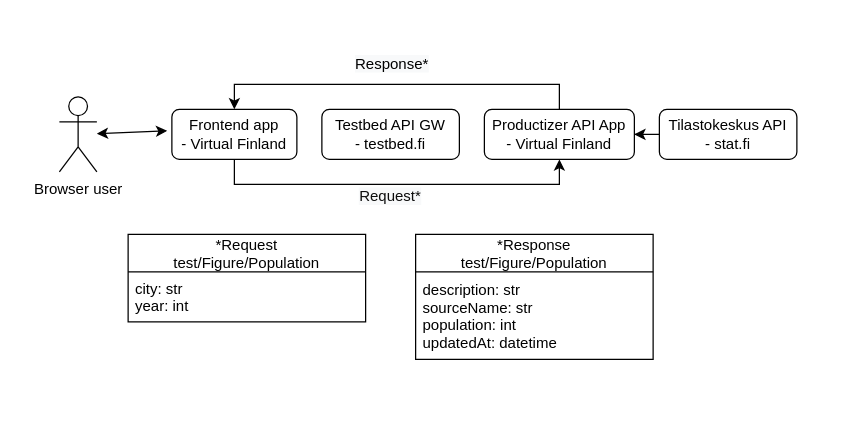
Above: docs/test-productizer.drawio in Virtual-Finland-Development/test-productizer (draw.io), before the change. Source tidied: cells renumbered, new cells numbered last; positions are measured from the earlier drawing's top-left corner, leaving out a move shared by most shapes. Both pictures are drawn from the tidied source at 125%, with x=0, y=0 at pixel (59, 46).
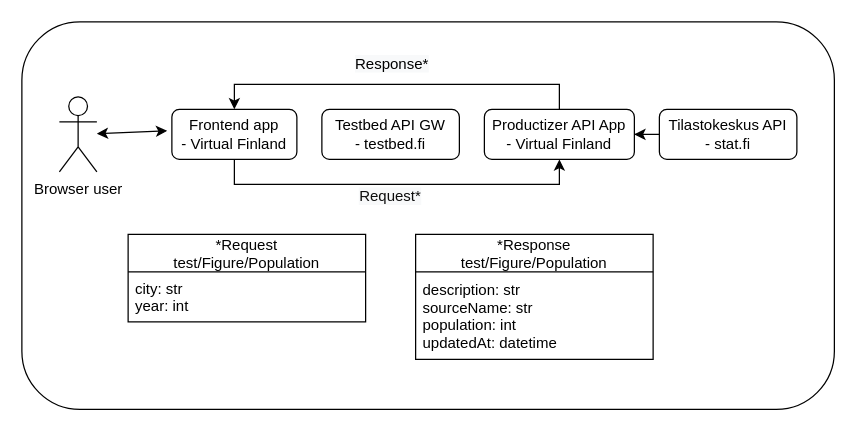
The same diagram, later.

Change to the diagram source:
```diff
@@
 <mxGraphModel>
   <root>
     <mxCell id="0" />
     <mxCell id="1" parent="0" />
+    <mxCell id="17" style="rounded=1;whiteSpace=wrap;html=1;" parent="1" vertex="1">
+      <mxGeometry x="-30" y="-20" width="650" height="310" as="geometry" />
+    </mxCell>
     <mxCell id="2" style="edgeStyle=orthogonalEdgeStyle;rounded=0;jettySize=auto;html=1;entryX=1;entryY=0.5;entryDx=0;entryDy=0;" parent="1" edge="1" source="3" target="5">
       <mxGeometry relative="1" as="geometry" />
     </mxCell>
     <mxCell id="3" value="Tilastokeskus API&lt;br&gt;- stat.fi" style="rounded=1;whiteSpace=wrap;html=1;" parent="1" vertex="1">
       <mxGeometry x="480" y="50" width="110" height="40" as="geometry" />
     </mxCell>
     <mxCell id="4" style="edgeStyle=orthogonalEdgeStyle;rounded=0;jettySize=auto;html=1;exitX=0.5;exitY=0;exitDx=0;exitDy=0;entryX=0.5;entryY=0;entryDx=0;entryDy=0;" parent="1" edge="1" source="5" target="8">
       <mxGeometry relative="1" as="geometry" />
     </mxCell>
     <mxCell id="5" value="Productizer API App&lt;br&gt;- Virtual Finland" style="rounded=1;whiteSpace=wrap;html=1;" parent="1" vertex="1">
       <mxGeometry x="340" y="50" width="120" height="40" as="geometry" />
     </mxCell>
     <mxCell id="6" value="Testbed API GW&lt;br&gt;- testbed.fi" style="rounded=1;whiteSpace=wrap;html=1;" parent="1" vertex="1">
       <mxGeometry x="210" y="50" width="110" height="40" as="geometry" />
     </mxCell>
     <mxCell id="7" style="edgeStyle=orthogonalEdgeStyle;rounded=0;jettySize=auto;html=1;entryX=0.5;entryY=1;entryDx=0;entryDy=0;" parent="1" edge="1" source="8" target="5">
       <mxGeometry relative="1" as="geometry">
         <Array as="points">
           <mxPoint x="140" y="110" />
           <mxPoint x="400" y="110" />
         </Array>
       </mxGeometry>
     </mxCell>
     <mxCell id="8" value="Frontend app&lt;br&gt;- Virtual Finland" style="rounded=1;whiteSpace=wrap;html=1;" parent="1" vertex="1">
       <mxGeometry x="90" y="50" width="100" height="40" as="geometry" />
     </mxCell>
     <mxCell id="9" value="Browser user" style="shape=umlActor;verticalLabelPosition=bottom;verticalAlign=top;html=1;outlineConnect=0;" parent="1" vertex="1">
       <mxGeometry y="40" width="30" height="60" as="geometry" />
     </mxCell>
     <mxCell id="10" style="endArrow=classic;startArrow=classic;html=1;rounded=0;entryX=-0.038;entryY=0.43;entryDx=0;entryDy=0;entryPerimeter=0;" parent="1" edge="1" source="9" target="8">
       <mxGeometry relative="1" as="geometry" />
     </mxCell>
     <mxCell id="11" value="&lt;span style=&quot;background-color: rgb(248 , 249 , 250)&quot;&gt;&lt;font color=&quot;#0d0d0d&quot;&gt;Request*&lt;/font&gt;&lt;/span&gt;" style="text;html=1;strokeColor=none;fillColor=none;align=center;verticalAlign=middle;whiteSpace=wrap;rounded=0;" parent="1" vertex="1">
       <mxGeometry x="180" y="110" width="170" height="20" as="geometry" />
     </mxCell>
     <mxCell id="12" value="&lt;span style=&quot;color: rgb(0, 0, 0); font-family: Helvetica; font-size: 12px; font-style: normal; font-variant-ligatures: normal; font-variant-caps: normal; font-weight: 400; letter-spacing: normal; orphans: 2; text-align: center; text-indent: 0px; text-transform: none; widows: 2; word-spacing: 0px; -webkit-text-stroke-width: 0px; background-color: rgb(248, 249, 250); text-decoration-thickness: initial; text-decoration-style: initial; text-decoration-color: initial; float: none; display: inline !important;&quot;&gt;Response*&lt;/span&gt;" style="text;whiteSpace=wrap;html=1;" parent="1" vertex="1">
       <mxGeometry x="235" width="60" height="20" as="geometry" />
     </mxCell>
     <mxCell id="13" value="*Response&#10;test/Figure/Population" style="swimlane;fontStyle=0;horizontal=1;startSize=30;" parent="1" vertex="1">
       <mxGeometry x="285" y="150" width="190" height="100" as="geometry" />
     </mxCell>
     <mxCell id="14" value="description: str&#10;sourceName: str&#10;population: int&#10;updatedAt: datetime" style="text;strokeColor=none;fillColor=none;align=left;verticalAlign=middle;spacingLeft=4;spacingRight=4;overflow=hidden;" parent="13" vertex="1">
       <mxGeometry y="30" width="190" height="70" as="geometry" />
     </mxCell>
     <mxCell id="15" value="*Request&#10;test/Figure/Population" style="swimlane;fontStyle=0;horizontal=1;startSize=30;" parent="1" vertex="1">
       <mxGeometry x="55" y="150" width="190" height="70" as="geometry" />
     </mxCell>
     <mxCell id="16" value="city: str&#10;year: int" style="text;strokeColor=none;fillColor=none;align=left;verticalAlign=middle;spacingLeft=4;spacingRight=4;overflow=hidden;" parent="15" vertex="1">
       <mxGeometry y="30" width="190" height="40" as="geometry" />
     </mxCell>
   </root>
 </mxGraphModel>
```
